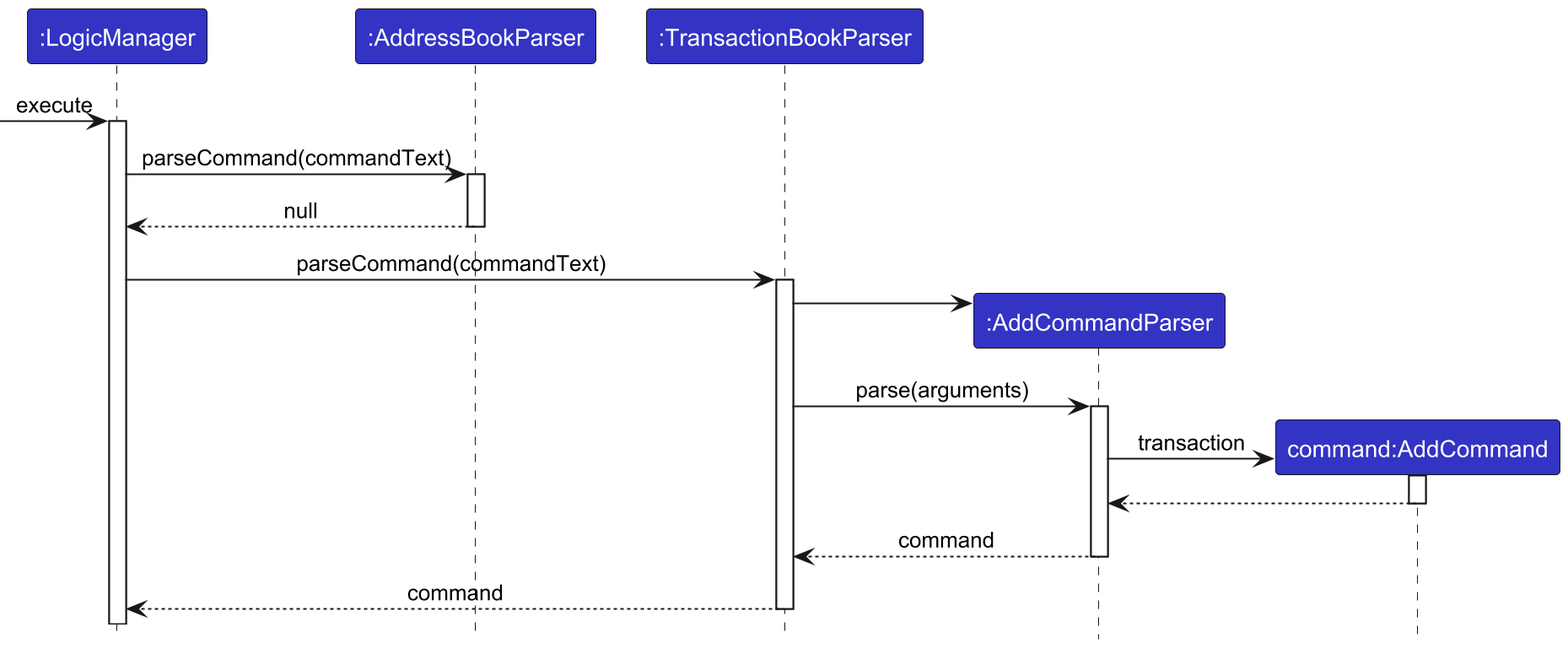
This is docs/images/LogicSequenceDiagram.png from nus-cs2103-AY2425S1/tp, a PlantUML export, as it was before one commit. Its source is kept beside it as docs/diagrams/tracing/LogicSequenceDiagram.puml.
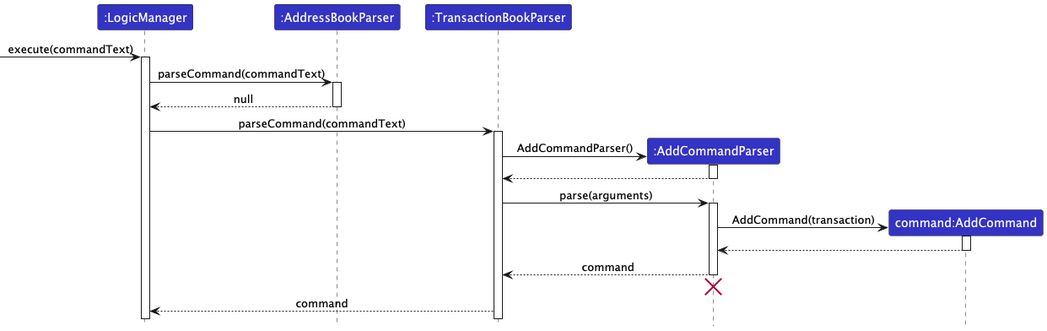
The same diagram one commit later.

Commit message:
Update Partial Logic Sequence Diagram

The edit, as a diff of the source:
```diff
@@ -2,25 +2,48 @@
 !include ../style.puml
 skinparam ArrowFontStyle plain
 
-Participant ":LogicManager" as logic LOGIC_COLOR
-Participant ":AddressBookParser" as abp LOGIC_COLOR
-Participant ":TransactionBookParser" as tbp LOGIC_COLOR
-Participant ":AddCommandParser" as acp LOGIC_COLOR
-Participant "command:AddCommand" as ac LOGIC_COLOR
+participant ":LogicManager" as LogicManager LOGIC_COLOR
+participant ":AddressBookParser" as AddressBookParser LOGIC_COLOR
+participant ":TransactionBookParser" as TransactionBookParser LOGIC_COLOR
+participant ":AddCommandParser" as AddCommandParser LOGIC_COLOR
+participant "command:AddCommand" as AddCommand LOGIC_COLOR
 
-[-> logic : execute
-activate logic
-logic -> abp ++: parseCommand(commandText)
-abp --> logic --: null
 
-logic -> tbp ++: parseCommand(commandText)
-create acp
-tbp -> acp
-tbp -> acp ++: parse(arguments)
-create ac
-acp -> ac ++: transaction
-ac --> acp --
-acp --> tbp --: command
-tbp --> logic --: command
+[-> LogicManager : execute(commandText)
+activate LogicManager
+
+LogicManager -> AddressBookParser : parseCommand(commandText)
+activate AddressBookParser
+
+AddressBookParser --> LogicManager : null
+deactivate AddressBookParser
+
+LogicManager -> TransactionBookParser : parseCommand(commandText)
+activate TransactionBookParser
+
+create AddCommandParser
+TransactionBookParser -> AddCommandParser : AddCommandParser()
+activate AddCommandParser
+
+AddCommandParser --> TransactionBookParser
+deactivate AddCommandParser
+
+TransactionBookParser -> AddCommandParser : parse(arguments)
+activate AddCommandParser
+
+create AddCommand
+AddCommandParser -> AddCommand : AddCommand(transaction)
+activate AddCommand
+
+AddCommand --> AddCommandParser :
+deactivate AddCommand
+
+AddCommandParser --> TransactionBookParser : command
+deactivate AddCommandParser
+AddCommandParser -[hidden]-> TransactionBookParser
+destroy AddCommandParser
+
+TransactionBookParser --> LogicManager : command
+deactivate AddressBookParser
 
 @enduml
```
